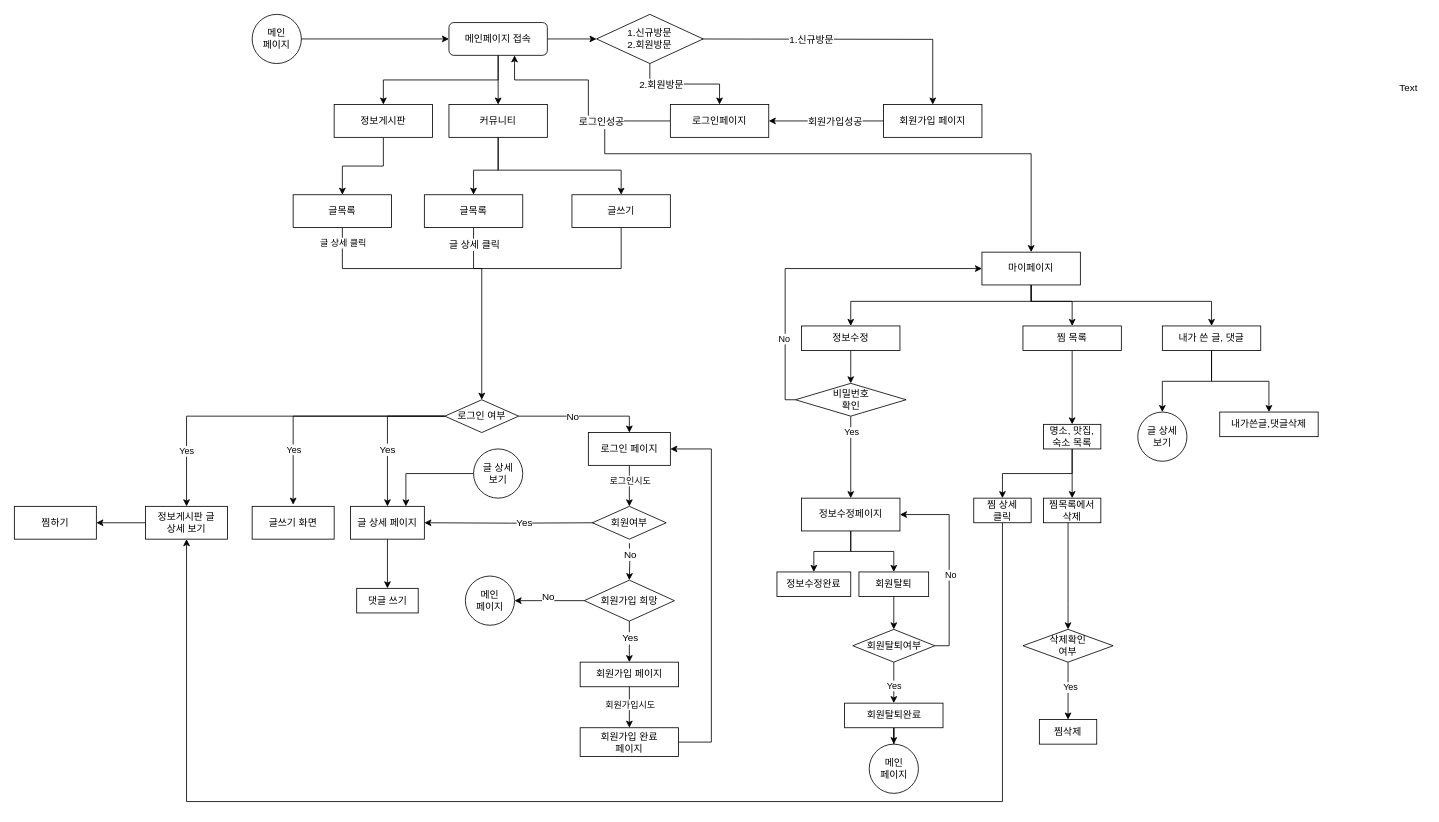
This is Copy of Untitled Diagram.drawio from kzetadev/dotoriProject, a draw.io file, before an edit. Source tidied: cells renumbered, new cells numbered last; positions are measured from the earlier drawing's top-left corner, leaving out a move shared by most shapes. Both pictures are drawn from the tidied source at 82%, with x=0, y=0 at pixel (14, 14).
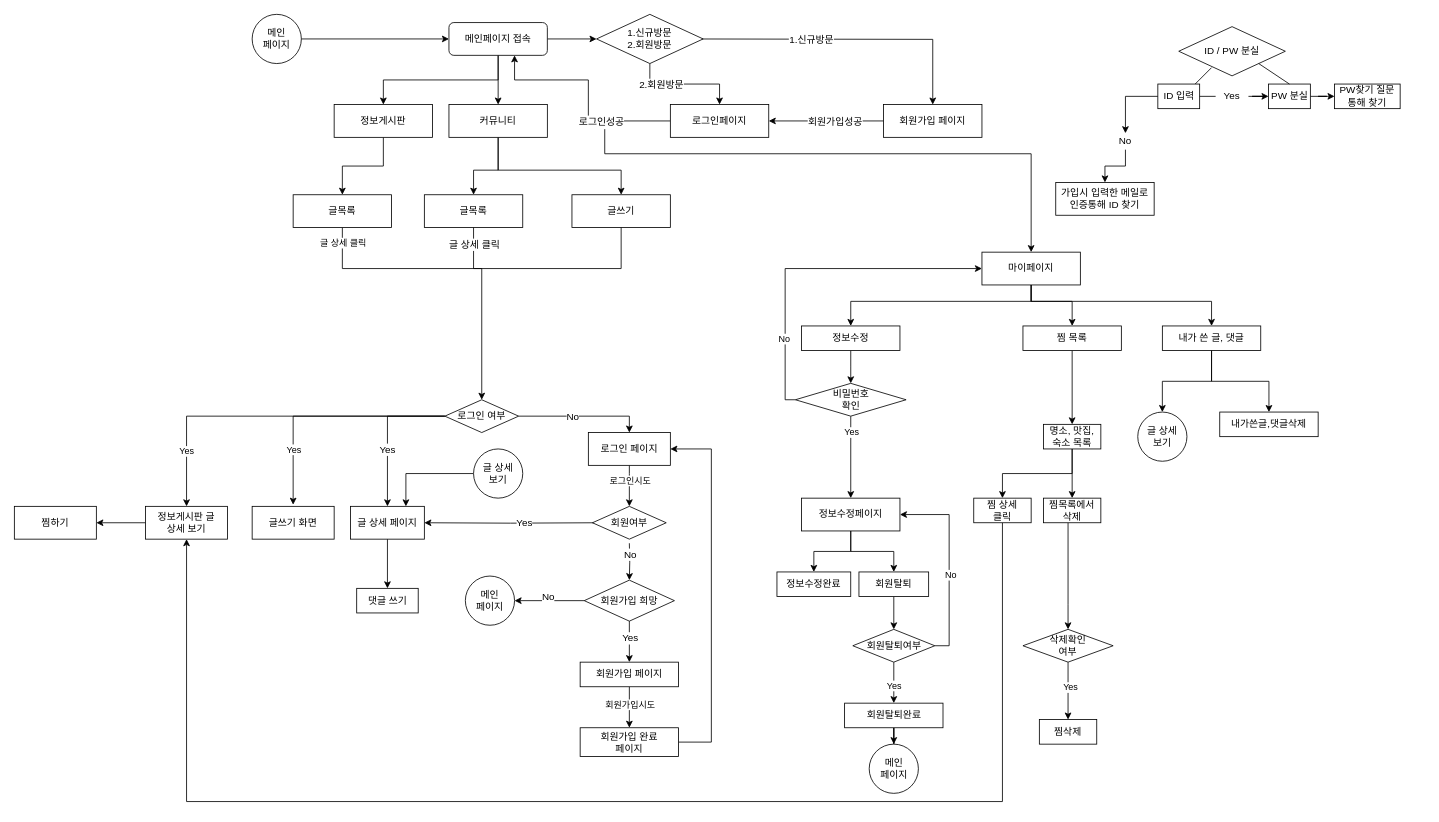
After the change.

Commit message:
Copy of Untitled Diagram.drawio id/pw 분실 업데이트

What changed in the source:
```diff
@@
-    <mxCell id="68" value="Text" style="text;html=1;align=center;verticalAlign=middle;" parent="1" vertex="1">
-      <mxGeometry x="1680" y="80" width="40" height="20" as="geometry" />
-    </mxCell>
@@
+    <mxCell id="117" value="ID / PW 분실" style="rhombus;whiteSpace=wrap;html=1;" parent="1" vertex="1">
+      <mxGeometry x="1420" y="15" width="130" height="60" as="geometry" />
+    </mxCell>
+    <mxCell id="118" value="가입시 입력한 메일로&lt;br&gt;인증통해 ID 찾기" style="rounded=0;whiteSpace=wrap;html=1;" parent="1" vertex="1">
+      <mxGeometry x="1270" y="205" width="120" height="40" as="geometry" />
+    </mxCell>
+    <mxCell id="119" style="endArrow=none;html=1;" parent="1" edge="1">
+      <mxGeometry relative="1" as="geometry">
+        <mxPoint x="1440" y="85" as="sourcePoint" />
+        <mxPoint x="1460" y="65" as="targetPoint" />
+      </mxGeometry>
+    </mxCell>
+    <mxCell id="120" style="edgeStyle=orthogonalEdgeStyle;rounded=0;jettySize=auto;html=1;entryX=0.5;entryY=0;entryDx=0;entryDy=0;" parent="1" edge="1" source="126" target="118">
+      <mxGeometry relative="1" as="geometry" />
+    </mxCell>
+    <mxCell id="121" style="edgeStyle=orthogonalEdgeStyle;rounded=0;jettySize=auto;html=1;" parent="1" edge="1" source="128" target="124">
+      <mxGeometry relative="1" as="geometry" />
+    </mxCell>
+    <mxCell id="122" value="ID 입력" style="rounded=0;whiteSpace=wrap;html=1;" parent="1" vertex="1">
+      <mxGeometry x="1394.5" y="85" width="51" height="30" as="geometry" />
+    </mxCell>
+    <mxCell id="123" style="edgeStyle=orthogonalEdgeStyle;rounded=0;jettySize=auto;html=1;" parent="1" edge="1" source="124" target="125">
+      <mxGeometry relative="1" as="geometry" />
+    </mxCell>
+    <mxCell id="124" value="PW 분실" style="rounded=0;whiteSpace=wrap;html=1;" parent="1" vertex="1">
+      <mxGeometry x="1529.5" y="85" width="51" height="30" as="geometry" />
+    </mxCell>
+    <mxCell id="125" value="PW찾기 질문 통해 찾기" style="rounded=0;whiteSpace=wrap;html=1;" parent="1" vertex="1">
+      <mxGeometry x="1610" y="85" width="80" height="30" as="geometry" />
+    </mxCell>
+    <mxCell id="126" value="No" style="text;html=1;strokeColor=none;fillColor=none;align=center;verticalAlign=middle;whiteSpace=wrap;rounded=0;" parent="1" vertex="1">
+      <mxGeometry x="1335" y="145" width="40" height="20" as="geometry" />
+    </mxCell>
+    <mxCell id="127" style="edgeStyle=orthogonalEdgeStyle;rounded=0;jettySize=auto;html=1;entryX=0.5;entryY=0;entryDx=0;entryDy=0;" parent="1" edge="1" source="122" target="126">
+      <mxGeometry relative="1" as="geometry" />
+    </mxCell>
+    <mxCell id="128" value="Yes" style="text;html=1;strokeColor=none;fillColor=none;align=center;verticalAlign=middle;whiteSpace=wrap;rounded=0;" parent="1" vertex="1">
+      <mxGeometry x="1465" y="57.5" width="40" height="85" as="geometry" />
+    </mxCell>
+    <mxCell id="129" style="endArrow=none;html=1;exitX=1;exitY=0.5;exitDx=0;exitDy=0;entryX=0;entryY=0.5;entryDx=0;entryDy=0;" parent="1" edge="1" source="122" target="128">
+      <mxGeometry relative="1" as="geometry" />
+    </mxCell>
+    <mxCell id="130" style="endArrow=none;html=1;exitX=0.5;exitY=0;exitDx=0;exitDy=0;entryX=1;entryY=1;entryDx=0;entryDy=0;" parent="1" edge="1" source="124" target="117">
+      <mxGeometry relative="1" as="geometry" />
+    </mxCell>
```
